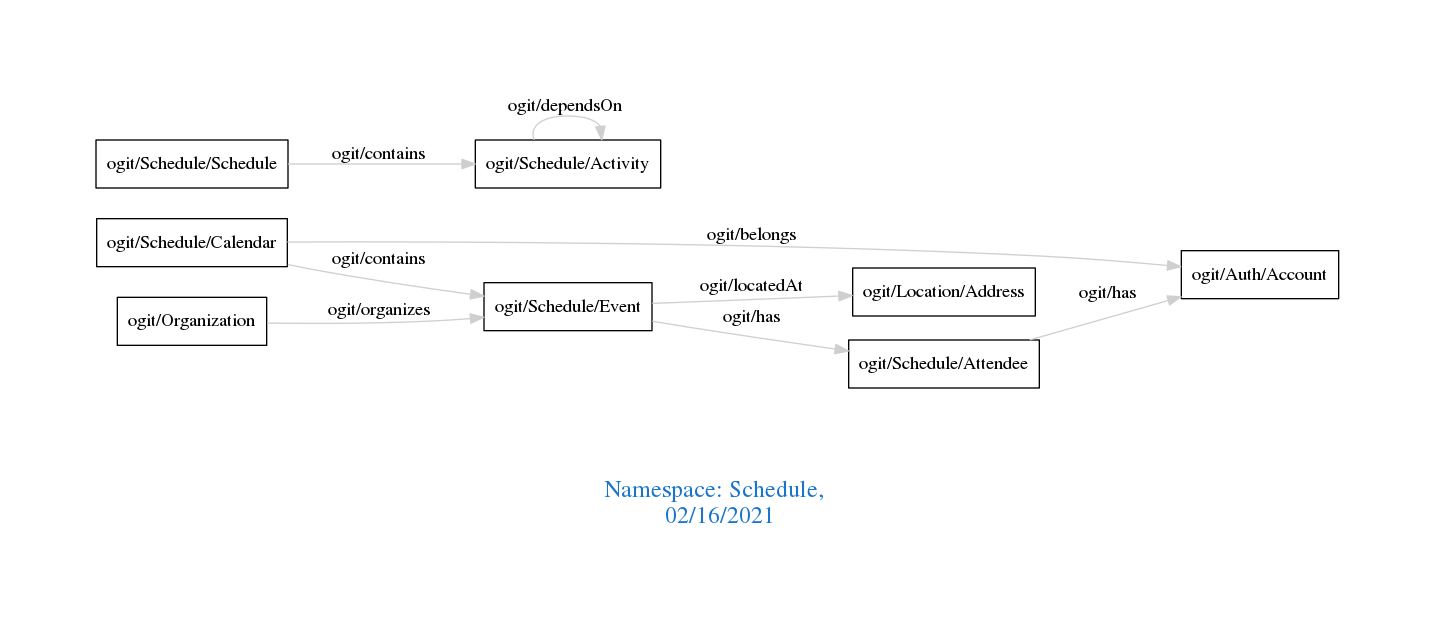
The Graphviz diagram downloads/Schedule.png in arago/OGIT, before a commit. Its source is kept beside it as downloads/Schedule.dot.
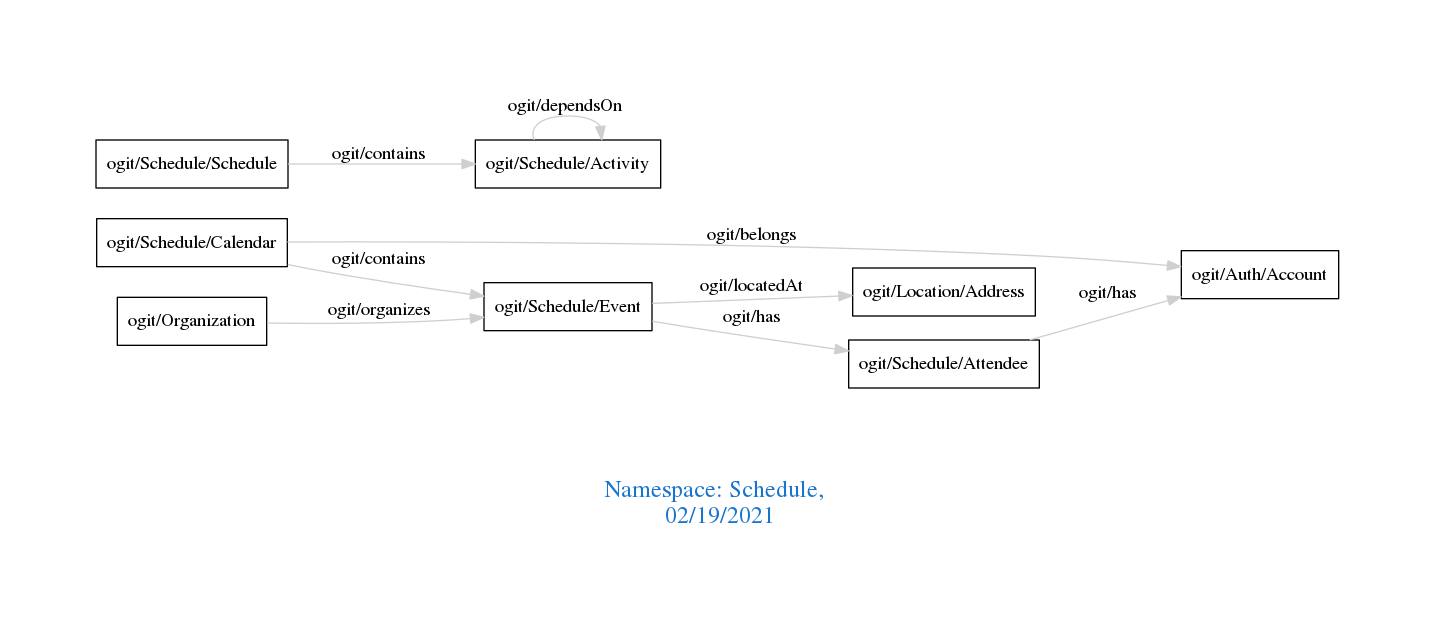
Later version of the same file.

The edit, as a diff of the source:
```diff
@@ -1,7 +1,7 @@
 digraph OGIT_ontology {
  graph [ rankdir= LR,pad=1
 fontsize = 18,
-fontcolor= dodgerblue3,label = "\n\n\nNamespace: Schedule, \n 02/16/2021"];
+fontcolor= dodgerblue3,label = "\n\n\nNamespace: Schedule, \n 02/19/2021"];
 node[shape=polygon];
 edge [  color="gray81"];
 
```
